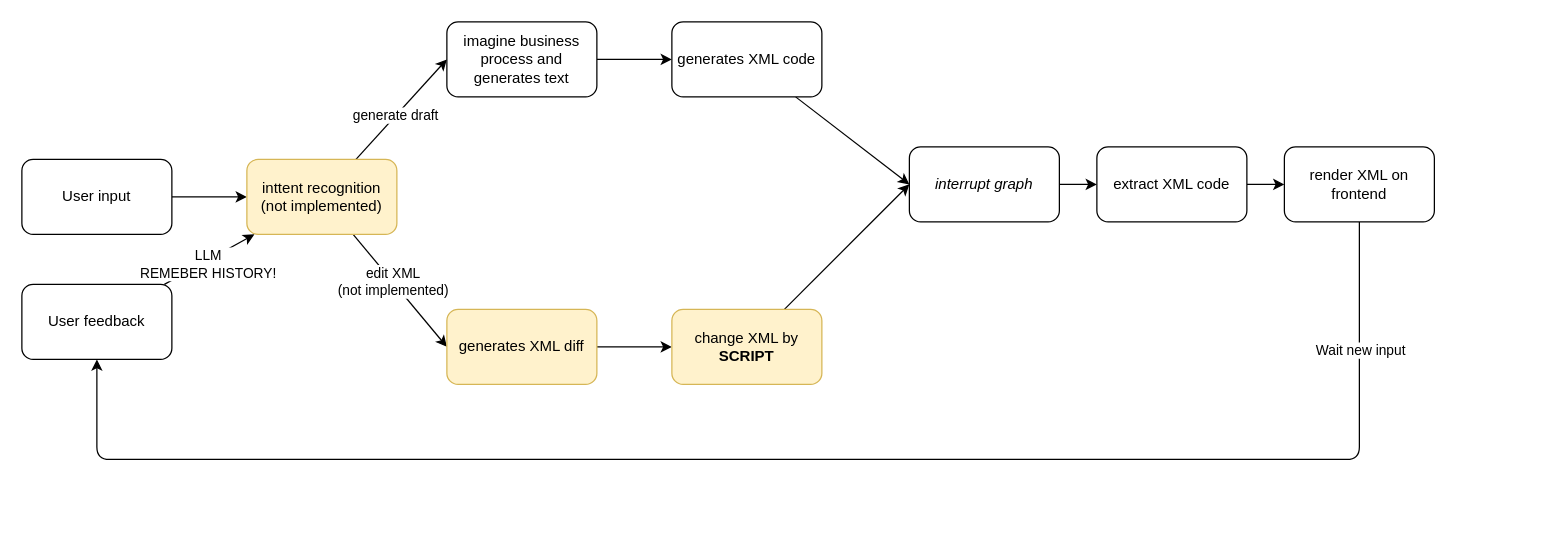
PigStep/Vibe-BPMN-studio keeps this draw.io diagram as src/ai_generation/agent.drawio. Above is the earlier version. Source tidied: cells renumbered, new cells numbered last; positions are measured from the earlier drawing's top-left corner, leaving out a move shared by most shapes. Both pictures are drawn from the tidied source at 125%, with x=0, y=0 at pixel (21, 21).
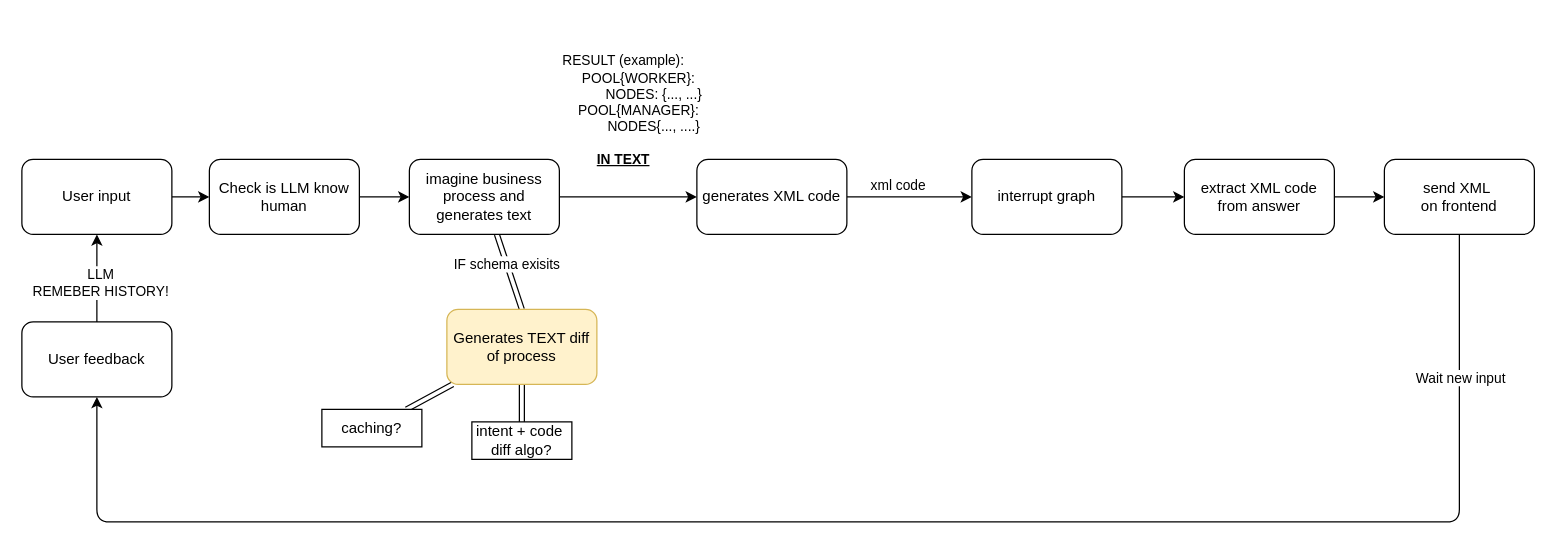
The same diagram, later.

The change refers to these unchanged cells:
```xml
<mxCell id="3" value="User input" style="rounded=1;whiteSpace=wrap;html=1;" parent="1" vertex="1">
  <mxGeometry y="110" width="120" height="60" as="geometry" />
</mxCell>
<mxCell id="9" style="edgeStyle=none;html=1;" parent="1" edge="1" source="10" target="14">
  <mxGeometry relative="1" as="geometry" />
</mxCell>
<mxCell id="13" style="edgeStyle=none;html=1;entryX=0;entryY=0.5;entryDx=0;entryDy=0;" parent="1" edge="1" source="14" target="23">
  <mxGeometry relative="1" as="geometry" />
</mxCell>
```

Change to the diagram source:
```diff
@@
-    <mxCell id="2" style="edgeStyle=none;html=1;" parent="1" edge="1" source="3" target="8">
-      <mxGeometry relative="1" as="geometry" />
-    </mxCell>
+    <mxCell id="27" style="edgeStyle=none;html=1;" parent="1" edge="1" source="3" target="37">
+      <mxGeometry relative="1" as="geometry" />
+    </mxCell>
@@
-    <mxCell id="4" style="edgeStyle=none;html=1;entryX=0;entryY=0.5;entryDx=0;entryDy=0;" parent="1" edge="1" source="8" target="10">
-      <mxGeometry relative="1" as="geometry" />
-    </mxCell>
-    <mxCell id="5" value="generate draft" style="edgeLabel;html=1;align=center;verticalAlign=middle;" parent="4" vertex="1">
-      <mxGeometry x="-0.13" y="1" relative="1" as="geometry" />
-    </mxCell>
-    <mxCell id="6" style="edgeStyle=none;html=1;entryX=0;entryY=0.5;entryDx=0;entryDy=0;" parent="1" edge="1" source="8" target="12">
-      <mxGeometry relative="1" as="geometry" />
-    </mxCell>
-    <mxCell id="7" value="edit XML&lt;br&gt;(not implemented)" style="edgeLabel;html=1;align=center;verticalAlign=middle;" parent="6" vertex="1">
-      <mxGeometry x="-0.16" relative="1" as="geometry" />
-    </mxCell>
-    <mxCell id="8" value="inttent recognition&lt;br&gt;(not implemented)" style="rounded=1;whiteSpace=wrap;html=1;fillColor=#fff2cc;strokeColor=#d6b656;" parent="1" vertex="1">
-      <mxGeometry x="180" y="110" width="120" height="60" as="geometry" />
-    </mxCell>
@@
+    <mxCell id="28" value="RESULT (example):&lt;br&gt;&lt;span style=&quot;white-space: pre;&quot;&gt;&#9;&lt;/span&gt;POOL{WORKER}:&lt;br&gt;&lt;span style=&quot;white-space: pre;&quot;&gt;&#9;&lt;/span&gt;&lt;span style=&quot;white-space: pre;&quot;&gt;&#9;&lt;/span&gt;NODES: {..., ...}&lt;br&gt;&lt;span style=&quot;white-space: pre;&quot;&gt;&#9;&lt;/span&gt;POOL{MANAGER}:&lt;div&gt;&lt;span style=&quot;white-space: pre;&quot;&gt;&#9;&lt;/span&gt;&lt;span style=&quot;white-space: pre;&quot;&gt;&#9;&lt;/span&gt;NODES{..., ....}&lt;br&gt;&lt;br&gt;&lt;b&gt;&lt;u&gt;IN TEXT&lt;/u&gt;&lt;/b&gt;&lt;/div&gt;" style="edgeLabel;html=1;align=center;verticalAlign=middle;" parent="9" vertex="1">
+      <mxGeometry x="-0.32" y="3" relative="1" as="geometry">
+        <mxPoint x="13" y="-67" as="offset" />
+      </mxGeometry>
+    </mxCell>
+    <mxCell id="29" style="edgeStyle=none;html=1;entryX=0.5;entryY=0;entryDx=0;entryDy=0;shape=link;" parent="1" edge="1" source="10" target="12">
+      <mxGeometry relative="1" as="geometry" />
+    </mxCell>
+    <mxCell id="30" value="IF schema exisits" style="edgeLabel;html=1;align=center;verticalAlign=middle;" parent="29" vertex="1">
+      <mxGeometry x="-0.2" relative="1" as="geometry" />
+    </mxCell>
     <mxCell id="10" value="imagine business process and generates text" style="rounded=1;whiteSpace=wrap;html=1;" parent="1" vertex="1">
-      <mxGeometry x="340" width="120" height="60" as="geometry" />
+      <mxGeometry x="310" y="110" width="120" height="60" as="geometry" />
     </mxCell>
-    <mxCell id="11" style="edgeStyle=none;html=1;" parent="1" edge="1" source="12" target="21">
-      <mxGeometry relative="1" as="geometry" />
-    </mxCell>
+    <mxCell id="31" style="edgeStyle=none;html=1;shape=link;" parent="1" edge="1" source="12" target="34">
+      <mxGeometry relative="1" as="geometry" />
+    </mxCell>
+    <mxCell id="32" style="edgeStyle=none;html=1;shape=link;" parent="1" edge="1" source="12" target="35">
+      <mxGeometry relative="1" as="geometry" />
+    </mxCell>
-    <mxCell id="12" value="generates XML diff" style="rounded=1;whiteSpace=wrap;html=1;fillColor=#fff2cc;strokeColor=#d6b656;" parent="1" vertex="1">
+    <mxCell id="12" value="Generates TEXT diff of process" style="rounded=1;whiteSpace=wrap;html=1;fillColor=#fff2cc;strokeColor=#d6b656;" parent="1" vertex="1">
       <mxGeometry x="340" y="230" width="120" height="60" as="geometry" />
     </mxCell>
@@
+    <mxCell id="33" value="xml code" style="edgeLabel;html=1;align=center;verticalAlign=middle;" parent="13" vertex="1">
+      <mxGeometry x="-0.21" y="2" relative="1" as="geometry">
+        <mxPoint y="-8" as="offset" />
+      </mxGeometry>
+    </mxCell>
     <mxCell id="14" value="generates XML code" style="rounded=1;whiteSpace=wrap;html=1;" parent="1" vertex="1">
-      <mxGeometry x="520" width="120" height="60" as="geometry" />
+      <mxGeometry x="540" y="110" width="120" height="60" as="geometry" />
     </mxCell>
@@
-    <mxCell id="16" value="extract XML code" style="rounded=1;whiteSpace=wrap;html=1;" parent="1" vertex="1">
-      <mxGeometry x="860" y="100" width="120" height="60" as="geometry" />
+    <mxCell id="16" value="extract XML code from answer" style="rounded=1;whiteSpace=wrap;html=1;" parent="1" vertex="1">
+      <mxGeometry x="930" y="110" width="120" height="60" as="geometry" />
     </mxCell>
     <mxCell id="17" style="edgeStyle=none;html=1;entryX=0.5;entryY=1;entryDx=0;entryDy=0;" parent="1" edge="1" source="19" target="26">
       <mxGeometry relative="1" as="geometry">
         <Array as="points">
-          <mxPoint x="1070" y="350" />
-          <mxPoint x="60" y="350" />
+          <mxPoint x="1150" y="400" />
+          <mxPoint x="560" y="400" />
+          <mxPoint x="60" y="400" />
         </Array>
       </mxGeometry>
     </mxCell>
@@
-    <mxCell id="19" value="render XML on frontend" style="rounded=1;whiteSpace=wrap;html=1;" parent="1" vertex="1">
-      <mxGeometry x="1010" y="100" width="120" height="60" as="geometry" />
+    <mxCell id="19" value="send XML&amp;nbsp;&lt;div&gt;on frontend&lt;/div&gt;" style="rounded=1;whiteSpace=wrap;html=1;" parent="1" vertex="1">
+      <mxGeometry x="1090" y="110" width="120" height="60" as="geometry" />
     </mxCell>
-    <mxCell id="20" style="edgeStyle=none;html=1;entryX=0;entryY=0.5;entryDx=0;entryDy=0;" parent="1" edge="1" source="21" target="23">
-      <mxGeometry relative="1" as="geometry" />
-    </mxCell>
-    <mxCell id="21" value="change XML by &lt;b&gt;SCRIPT&lt;/b&gt;" style="rounded=1;whiteSpace=wrap;html=1;fillColor=#fff2cc;strokeColor=#d6b656;" parent="1" vertex="1">
-      <mxGeometry x="520" y="230" width="120" height="60" as="geometry" />
-    </mxCell>
@@
-    <mxCell id="23" value="&lt;font style=&quot;&quot;&gt;&lt;i&gt;interrupt graph&lt;/i&gt;&lt;/font&gt;" style="rounded=1;whiteSpace=wrap;html=1;" parent="1" vertex="1">
-      <mxGeometry x="710" y="100" width="120" height="60" as="geometry" />
+    <mxCell id="23" value="&lt;font style=&quot;&quot;&gt;interrupt graph&lt;/font&gt;" style="rounded=1;whiteSpace=wrap;html=1;" parent="1" vertex="1">
+      <mxGeometry x="760" y="110" width="120" height="60" as="geometry" />
     </mxCell>
-    <mxCell id="24" style="edgeStyle=none;html=1;" parent="1" edge="1" source="26" target="8">
+    <mxCell id="24" style="edgeStyle=none;html=1;entryX=0.5;entryY=1;entryDx=0;entryDy=0;" parent="1" edge="1" source="26" target="3">
       <mxGeometry relative="1" as="geometry" />
     </mxCell>
@@
     <mxCell id="26" value="User feedback" style="rounded=1;whiteSpace=wrap;html=1;" parent="1" vertex="1">
-      <mxGeometry y="210" width="120" height="60" as="geometry" />
+      <mxGeometry y="240" width="120" height="60" as="geometry" />
     </mxCell>
+    <mxCell id="34" value="caching?" style="rounded=0;whiteSpace=wrap;html=1;" parent="1" vertex="1">
+      <mxGeometry x="240" y="310" width="80" height="30" as="geometry" />
+    </mxCell>
+    <mxCell id="35" value="intent + code&amp;nbsp;&lt;div&gt;diff algo?&lt;/div&gt;" style="rounded=0;whiteSpace=wrap;html=1;" parent="1" vertex="1">
+      <mxGeometry x="360" y="320" width="80" height="30" as="geometry" />
+    </mxCell>
+    <mxCell id="36" style="edgeStyle=none;html=1;" parent="1" edge="1" source="37" target="10">
+      <mxGeometry relative="1" as="geometry" />
+    </mxCell>
+    <mxCell id="37" value="Check is LLM know human" style="rounded=1;whiteSpace=wrap;html=1;" parent="1" vertex="1">
+      <mxGeometry x="150" y="110" width="120" height="60" as="geometry" />
+    </mxCell>
```
